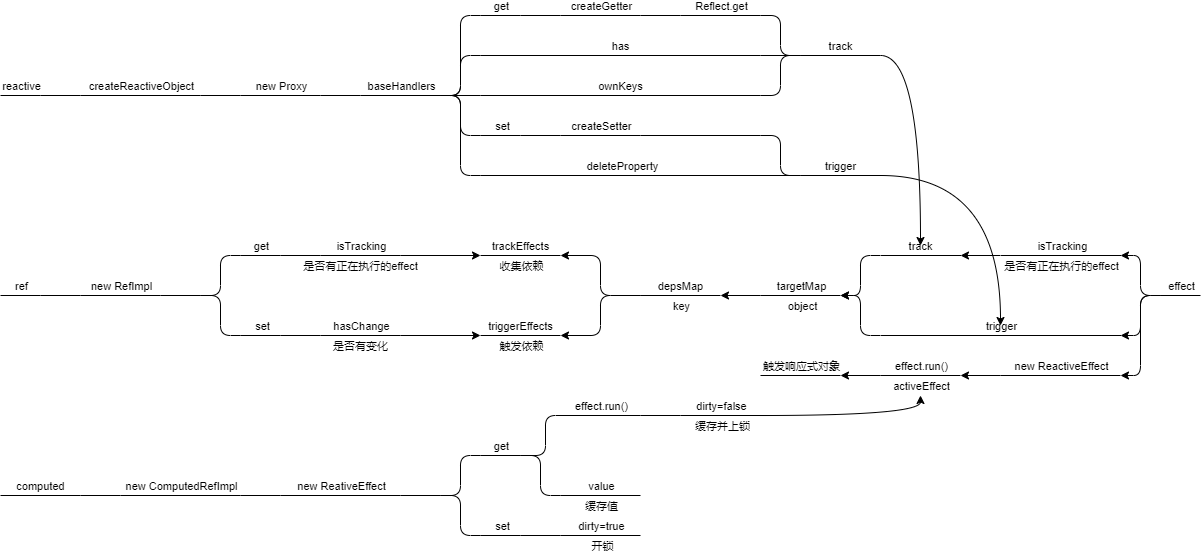
Roman-29/Blog keeps this draw.io diagram as docs/.vuepress/public/images/VUE3SourceCode/reactivity.drawio.png. Above is the earlier version. Source tidied: cells renumbered, new cells last; positions are measured from the earlier drawing's top-left corner, leaving out a move shared by most shapes.
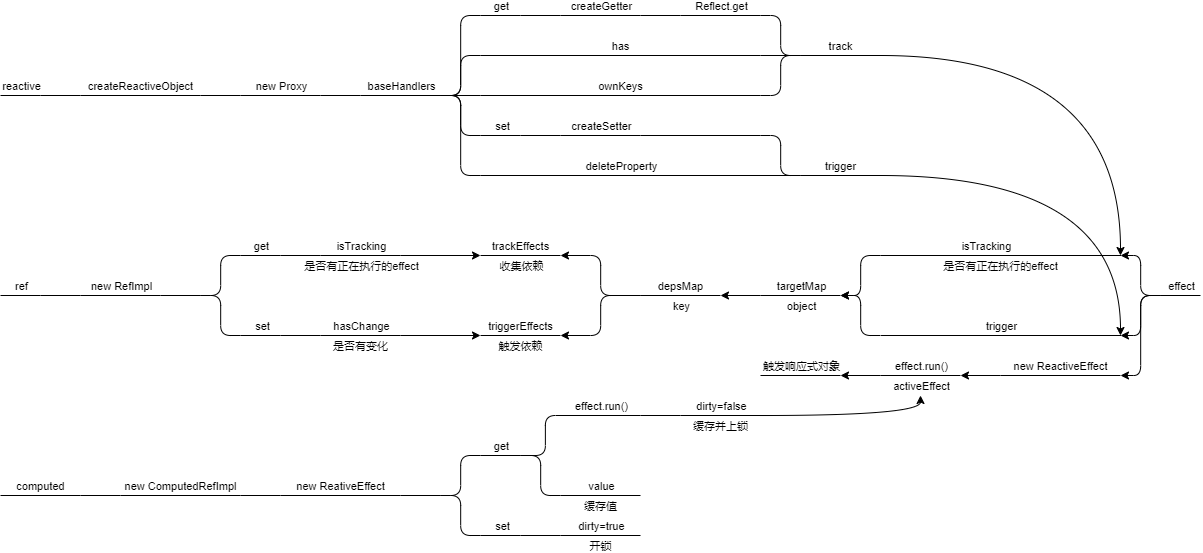
Above is the later version.

The edit, as a diff of the source:
```diff
@@ -2,17 +2,6 @@
   <root>
     <mxCell id="0" />
     <mxCell id="1" parent="0" />
-    <mxCell id="2" style="endArrow=none;html=1;rounded=1;" parent="1" edge="1">
-      <mxGeometry relative="1" as="geometry">
-        <mxPoint x="880.5" y="240" as="sourcePoint" />
-        <mxPoint x="960.5" y="240" as="targetPoint" />
-      </mxGeometry>
-    </mxCell>
-    <mxCell id="3" value="track" style="edgeLabel;html=1;align=center;verticalAlign=middle;" parent="2" vertex="1">
-      <mxGeometry x="-0.24" y="-1" relative="1" as="geometry">
-        <mxPoint x="9" y="-11" as="offset" />
-      </mxGeometry>
-    </mxCell>
     <mxCell id="4" style="endArrow=none;html=1;rounded=1;" parent="1" edge="1">
       <mxGeometry relative="1" as="geometry">
         <mxPoint x="360" y="80" as="sourcePoint" />
@@ -263,7 +252,7 @@
     </mxCell>
     <mxCell id="48" style="endArrow=none;html=1;rounded=1;" parent="1" edge="1">
       <mxGeometry relative="1" as="geometry">
-        <mxPoint x="1000.5" y="240" as="sourcePoint" />
+        <mxPoint x="880" y="240" as="sourcePoint" />
         <mxPoint x="1120.5" y="240" as="targetPoint" />
       </mxGeometry>
     </mxCell>
@@ -274,7 +263,7 @@
     </mxCell>
     <mxCell id="50" value="是否有正在执行的effect" style="edgeLabel;html=1;align=center;verticalAlign=middle;" parent="48" vertex="1">
       <mxGeometry x="0.75" y="1" relative="1" as="geometry">
-        <mxPoint x="-45" y="11" as="offset" />
+        <mxPoint x="-91" y="11" as="offset" />
       </mxGeometry>
     </mxCell>
     <mxCell id="51" style="endArrow=none;html=1;rounded=1;" parent="1" edge="1">
@@ -698,13 +687,13 @@
     <mxCell id="126" style="endArrow=classic;html=1;curved=1;elbow=vertical;edgeStyle=orthogonalEdgeStyle;" parent="1" edge="1">
       <mxGeometry relative="1" as="geometry">
         <mxPoint x="880" y="40" as="sourcePoint" />
-        <mxPoint x="920" y="230" as="targetPoint" />
+        <mxPoint x="1120" y="240" as="targetPoint" />
       </mxGeometry>
     </mxCell>
     <mxCell id="127" style="endArrow=classic;html=1;curved=1;elbow=vertical;edgeStyle=orthogonalEdgeStyle;" parent="1" edge="1">
       <mxGeometry relative="1" as="geometry">
         <mxPoint x="880" y="160" as="sourcePoint" />
-        <mxPoint x="1000" y="310" as="targetPoint" />
+        <mxPoint x="1120" y="320" as="targetPoint" />
       </mxGeometry>
     </mxCell>
     <mxCell id="128" style="endArrow=classic;html=1;elbow=vertical;edgeStyle=orthogonalEdgeStyle;curved=1;" parent="1" edge="1">
@@ -743,12 +732,6 @@
         <mxPoint x="840" y="280" as="targetPoint" />
       </mxGeometry>
     </mxCell>
-    <mxCell id="134" style="endArrow=classic;html=1;" parent="1" edge="1">
-      <mxGeometry relative="1" as="geometry">
-        <mxPoint x="1000" y="240" as="sourcePoint" />
-        <mxPoint x="960" y="240" as="targetPoint" />
-      </mxGeometry>
-    </mxCell>
     <mxCell id="135" style="endArrow=classic;html=1;" parent="1" edge="1">
       <mxGeometry relative="1" as="geometry">
         <mxPoint x="1000" y="360" as="sourcePoint" />
```
